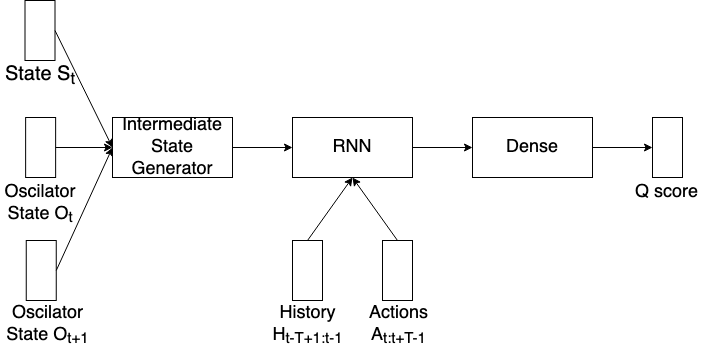
The draw.io diagram images/critic_overall.png in shandilya1998/CPGController, before a commit. Source tidied: cells renumbered, new cells last; positions are measured from the earlier drawing's top-left corner, leaving out a move shared by most shapes. The source it was exported from:
```xml
<mxGraphModel>
  <root>
    <mxCell id="0" />
    <mxCell id="1" parent="0" />
    <mxCell id="2" value="&lt;font style=&quot;font-size: 18px&quot;&gt;Oscilator &lt;font style=&quot;font-size: 18px&quot;&gt;State O&lt;sub&gt;t&lt;/sub&gt;&lt;br&gt;&lt;/font&gt;&lt;/font&gt;" style="text;html=1;strokeColor=none;fillColor=none;align=center;verticalAlign=middle;whiteSpace=wrap;rounded=0;" parent="1" vertex="1">
      <mxGeometry x="0.1" y="177" width="80" height="53" as="geometry" />
    </mxCell>
    <mxCell id="3" style="rounded=0;whiteSpace=wrap;html=1;" parent="1" vertex="1">
      <mxGeometry x="25.1" y="117" width="30" height="60" as="geometry" />
    </mxCell>
    <mxCell id="4" value="&lt;font style=&quot;font-size: 18px&quot;&gt;Oscilator &lt;font style=&quot;font-size: 18px&quot;&gt;State O&lt;sub&gt;t+1&lt;/sub&gt;&lt;br&gt;&lt;/font&gt;&lt;/font&gt;" style="text;html=1;strokeColor=none;fillColor=none;align=center;verticalAlign=middle;whiteSpace=wrap;rounded=0;" parent="1" vertex="1">
      <mxGeometry x="0.8" y="300" width="92.5" height="50" as="geometry" />
    </mxCell>
    <mxCell id="5" style="rounded=0;whiteSpace=wrap;html=1;" parent="1" vertex="1">
      <mxGeometry x="25.8" y="240" width="30" height="60" as="geometry" />
    </mxCell>
    <mxCell id="6" style="rounded=0;whiteSpace=wrap;html=1;" parent="1" vertex="1">
      <mxGeometry x="24.5" width="30" height="60" as="geometry" />
    </mxCell>
    <mxCell id="7" value="&lt;font style=&quot;font-size: 20px&quot;&gt;State&lt;/font&gt;&lt;font style=&quot;font-size: 20px&quot;&gt; S&lt;sub&gt;t&lt;/sub&gt;&lt;br&gt;&lt;/font&gt;" style="text;html=1;strokeColor=none;fillColor=none;align=center;verticalAlign=middle;whiteSpace=wrap;rounded=0;" parent="1" vertex="1">
      <mxGeometry x="0.8" y="60" width="77.5" height="30" as="geometry" />
    </mxCell>
    <mxCell id="8" style="edgeStyle=orthogonalEdgeStyle;rounded=0;jettySize=auto;html=1;strokeWidth=1;" parent="1" edge="1" source="9" target="14">
      <mxGeometry relative="1" as="geometry" />
    </mxCell>
    <mxCell id="9" value="&lt;font style=&quot;font-size: 18px&quot;&gt;Intermediate State Generator&lt;br&gt;&lt;/font&gt;" style="rounded=0;whiteSpace=wrap;html=1;" parent="1" vertex="1">
      <mxGeometry x="112" y="117" width="120" height="60" as="geometry" />
    </mxCell>
    <mxCell id="10" style="endArrow=classic;html=1;strokeWidth=1;exitX=1;exitY=0.5;exitDx=0;exitDy=0;entryX=0;entryY=0.5;entryDx=0;entryDy=0;" parent="1" edge="1" source="6" target="9">
      <mxGeometry relative="1" as="geometry" />
    </mxCell>
    <mxCell id="11" style="endArrow=classic;html=1;strokeWidth=1;exitX=1;exitY=0.5;exitDx=0;exitDy=0;entryX=0;entryY=0.5;entryDx=0;entryDy=0;" parent="1" edge="1" source="3" target="9">
      <mxGeometry relative="1" as="geometry" />
    </mxCell>
    <mxCell id="12" style="endArrow=classic;html=1;strokeWidth=1;exitX=1;exitY=0.5;exitDx=0;exitDy=0;entryX=0;entryY=0.5;entryDx=0;entryDy=0;" parent="1" edge="1" source="5" target="9">
      <mxGeometry relative="1" as="geometry" />
    </mxCell>
    <mxCell id="13" style="edgeStyle=orthogonalEdgeStyle;rounded=0;jettySize=auto;html=1;strokeWidth=1;" parent="1" edge="1" source="14">
      <mxGeometry relative="1" as="geometry">
        <mxPoint x="472" y="147" as="targetPoint" />
      </mxGeometry>
    </mxCell>
    <mxCell id="14" value="&lt;font style=&quot;font-size: 18px&quot;&gt;RNN&lt;/font&gt;" style="rounded=0;whiteSpace=wrap;html=1;" parent="1" vertex="1">
      <mxGeometry x="292" y="117" width="120" height="60" as="geometry" />
    </mxCell>
    <mxCell id="15" style="rounded=0;whiteSpace=wrap;html=1;" parent="1" vertex="1">
      <mxGeometry x="292" y="240" width="30" height="60" as="geometry" />
    </mxCell>
    <mxCell id="16" style="rounded=0;whiteSpace=wrap;html=1;" parent="1" vertex="1">
      <mxGeometry x="382" y="240" width="30" height="60" as="geometry" />
    </mxCell>
    <mxCell id="17" value="&lt;font style=&quot;font-size: 18px&quot;&gt;Action&lt;/font&gt;&lt;font style=&quot;font-size: 18px&quot;&gt;s A&lt;/font&gt;&lt;font style=&quot;font-size: 18px&quot;&gt;&lt;sub&gt;t:t+T-1&lt;/sub&gt;&lt;/font&gt;" style="text;html=1;strokeColor=none;fillColor=none;align=center;verticalAlign=middle;whiteSpace=wrap;rounded=0;" parent="1" vertex="1">
      <mxGeometry x="360.1" y="300" width="76.9" height="50" as="geometry" />
    </mxCell>
    <mxCell id="18" value="&lt;font style=&quot;font-size: 18px&quot;&gt;History&lt;font style=&quot;font-size: 18px&quot;&gt; H&lt;/font&gt;&lt;font style=&quot;font-size: 18px&quot;&gt;&lt;sub&gt;t-T+1:t-1&lt;/sub&gt;&lt;/font&gt;&lt;/font&gt;" style="text;html=1;strokeColor=none;fillColor=none;align=center;verticalAlign=middle;whiteSpace=wrap;rounded=0;" parent="1" vertex="1">
      <mxGeometry x="268.6" y="300" width="76.9" height="50" as="geometry" />
    </mxCell>
    <mxCell id="19" style="endArrow=classic;html=1;strokeWidth=1;exitX=0.5;exitY=0;exitDx=0;exitDy=0;entryX=0.5;entryY=1;entryDx=0;entryDy=0;" parent="1" edge="1" source="15" target="14">
      <mxGeometry relative="1" as="geometry" />
    </mxCell>
    <mxCell id="20" style="endArrow=classic;html=1;strokeWidth=1;exitX=0.5;exitY=0;exitDx=0;exitDy=0;entryX=0.5;entryY=1;entryDx=0;entryDy=0;" parent="1" edge="1" source="16" target="14">
      <mxGeometry relative="1" as="geometry" />
    </mxCell>
    <mxCell id="21" style="edgeStyle=orthogonalEdgeStyle;rounded=0;jettySize=auto;html=1;strokeWidth=1;" parent="1" edge="1" source="22" target="23">
      <mxGeometry relative="1" as="geometry" />
    </mxCell>
    <mxCell id="22" value="&lt;font style=&quot;font-size: 18px&quot;&gt;Dense&lt;/font&gt;" style="whiteSpace=wrap;html=1;rounded=0;" parent="1" vertex="1">
      <mxGeometry x="472" y="117" width="120" height="60" as="geometry" />
    </mxCell>
    <mxCell id="23" style="rounded=0;whiteSpace=wrap;html=1;" parent="1" vertex="1">
      <mxGeometry x="652" y="117" width="30" height="60" as="geometry" />
    </mxCell>
    <mxCell id="24" value="&lt;font style=&quot;font-size: 18px&quot;&gt;Q score&lt;br&gt;&lt;/font&gt;" style="text;html=1;strokeColor=none;fillColor=none;align=center;verticalAlign=middle;whiteSpace=wrap;rounded=0;" parent="1" vertex="1">
      <mxGeometry x="631.4" y="177" width="71.2" height="30" as="geometry" />
    </mxCell>
  </root>
</mxGraphModel>
```
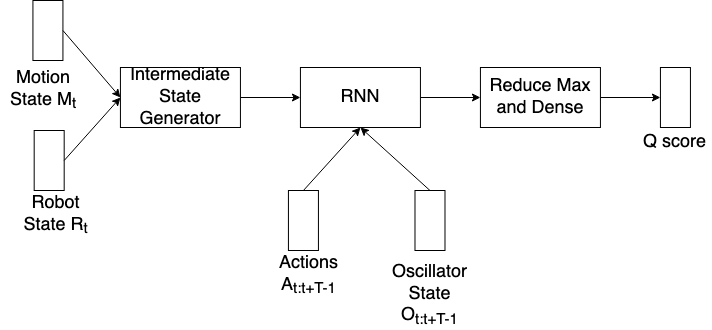
Above is the later version.

Change to the diagram source:
```diff
@@ -2,76 +2,67 @@
   <root>
     <mxCell id="0" />
     <mxCell id="1" parent="0" />
-    <mxCell id="2" value="&lt;font style=&quot;font-size: 18px&quot;&gt;Oscilator &lt;font style=&quot;font-size: 18px&quot;&gt;State O&lt;sub&gt;t&lt;/sub&gt;&lt;br&gt;&lt;/font&gt;&lt;/font&gt;" style="text;html=1;strokeColor=none;fillColor=none;align=center;verticalAlign=middle;whiteSpace=wrap;rounded=0;" parent="1" vertex="1">
-      <mxGeometry x="0.1" y="177" width="80" height="53" as="geometry" />
+    <mxCell id="2" value="&lt;font style=&quot;font-size: 18px&quot;&gt;Robot State R&lt;sub&gt;t&lt;/sub&gt;&lt;br&gt;&lt;/font&gt;" style="text;html=1;strokeColor=none;fillColor=none;align=center;verticalAlign=middle;whiteSpace=wrap;rounded=0;" parent="1" vertex="1">
+      <mxGeometry x="-163.3" y="310" width="92.5" height="50" as="geometry" />
     </mxCell>
     <mxCell id="3" style="rounded=0;whiteSpace=wrap;html=1;" parent="1" vertex="1">
-      <mxGeometry x="25.1" y="117" width="30" height="60" as="geometry" />
+      <mxGeometry x="-138.3" y="250" width="30" height="60" as="geometry" />
     </mxCell>
-    <mxCell id="4" value="&lt;font style=&quot;font-size: 18px&quot;&gt;Oscilator &lt;font style=&quot;font-size: 18px&quot;&gt;State O&lt;sub&gt;t+1&lt;/sub&gt;&lt;br&gt;&lt;/font&gt;&lt;/font&gt;" style="text;html=1;strokeColor=none;fillColor=none;align=center;verticalAlign=middle;whiteSpace=wrap;rounded=0;" parent="1" vertex="1">
-      <mxGeometry x="0.8" y="300" width="92.5" height="50" as="geometry" />
+    <mxCell id="4" style="rounded=0;whiteSpace=wrap;html=1;" parent="1" vertex="1">
+      <mxGeometry x="-139.6" y="120" width="30" height="60" as="geometry" />
     </mxCell>
-    <mxCell id="5" style="rounded=0;whiteSpace=wrap;html=1;" parent="1" vertex="1">
-      <mxGeometry x="25.8" y="240" width="30" height="60" as="geometry" />
+    <mxCell id="5" value="&lt;font style=&quot;font-size: 18px&quot;&gt;Motion State M&lt;sub&gt;t&lt;/sub&gt;&lt;br&gt;&lt;/font&gt;" style="text;html=1;strokeColor=none;fillColor=none;align=center;verticalAlign=middle;whiteSpace=wrap;rounded=0;" parent="1" vertex="1">
+      <mxGeometry x="-172.1" y="180" width="86.2" height="60" as="geometry" />
     </mxCell>
-    <mxCell id="6" style="rounded=0;whiteSpace=wrap;html=1;" parent="1" vertex="1">
-      <mxGeometry x="24.5" width="30" height="60" as="geometry" />
+    <mxCell id="6" style="edgeStyle=orthogonalEdgeStyle;rounded=0;jettySize=auto;html=1;strokeWidth=1;" parent="1" edge="1" source="7" target="11">
+      <mxGeometry relative="1" as="geometry" />
     </mxCell>
-    <mxCell id="7" value="&lt;font style=&quot;font-size: 20px&quot;&gt;State&lt;/font&gt;&lt;font style=&quot;font-size: 20px&quot;&gt; S&lt;sub&gt;t&lt;/sub&gt;&lt;br&gt;&lt;/font&gt;" style="text;html=1;strokeColor=none;fillColor=none;align=center;verticalAlign=middle;whiteSpace=wrap;rounded=0;" parent="1" vertex="1">
-      <mxGeometry x="0.8" y="60" width="77.5" height="30" as="geometry" />
+    <mxCell id="7" value="&lt;font style=&quot;font-size: 18px&quot;&gt;Intermediate State Generator&lt;br&gt;&lt;/font&gt;" style="rounded=0;whiteSpace=wrap;html=1;" parent="1" vertex="1">
+      <mxGeometry x="-52.1" y="187" width="120" height="60" as="geometry" />
     </mxCell>
-    <mxCell id="8" style="edgeStyle=orthogonalEdgeStyle;rounded=0;jettySize=auto;html=1;strokeWidth=1;" parent="1" edge="1" source="9" target="14">
+    <mxCell id="8" style="endArrow=classic;html=1;strokeWidth=1;exitX=1;exitY=0.5;exitDx=0;exitDy=0;entryX=0;entryY=0.5;entryDx=0;entryDy=0;" parent="1" edge="1" source="4" target="7">
       <mxGeometry relative="1" as="geometry" />
     </mxCell>
-    <mxCell id="9" value="&lt;font style=&quot;font-size: 18px&quot;&gt;Intermediate State Generator&lt;br&gt;&lt;/font&gt;" style="rounded=0;whiteSpace=wrap;html=1;" parent="1" vertex="1">
-      <mxGeometry x="112" y="117" width="120" height="60" as="geometry" />
+    <mxCell id="9" style="endArrow=classic;html=1;strokeWidth=1;exitX=1;exitY=0.5;exitDx=0;exitDy=0;entryX=0;entryY=0.5;entryDx=0;entryDy=0;" parent="1" edge="1" source="3" target="7">
+      <mxGeometry relative="1" as="geometry" />
     </mxCell>
-    <mxCell id="10" style="endArrow=classic;html=1;strokeWidth=1;exitX=1;exitY=0.5;exitDx=0;exitDy=0;entryX=0;entryY=0.5;entryDx=0;entryDy=0;" parent="1" edge="1" source="6" target="9">
-      <mxGeometry relative="1" as="geometry" />
+    <mxCell id="10" style="edgeStyle=orthogonalEdgeStyle;rounded=0;jettySize=auto;html=1;strokeWidth=1;" parent="1" edge="1" source="11">
+      <mxGeometry relative="1" as="geometry">
+        <mxPoint x="307.9" y="217" as="targetPoint" />
+      </mxGeometry>
     </mxCell>
-    <mxCell id="11" style="endArrow=classic;html=1;strokeWidth=1;exitX=1;exitY=0.5;exitDx=0;exitDy=0;entryX=0;entryY=0.5;entryDx=0;entryDy=0;" parent="1" edge="1" source="3" target="9">
-      <mxGeometry relative="1" as="geometry" />
+    <mxCell id="11" value="&lt;font style=&quot;font-size: 18px&quot;&gt;RNN&lt;/font&gt;" style="rounded=0;whiteSpace=wrap;html=1;" parent="1" vertex="1">
+      <mxGeometry x="127.9" y="187" width="120" height="60" as="geometry" />
     </mxCell>
-    <mxCell id="12" style="endArrow=classic;html=1;strokeWidth=1;exitX=1;exitY=0.5;exitDx=0;exitDy=0;entryX=0;entryY=0.5;entryDx=0;entryDy=0;" parent="1" edge="1" source="5" target="9">
-      <mxGeometry relative="1" as="geometry" />
+    <mxCell id="12" style="rounded=0;whiteSpace=wrap;html=1;" parent="1" vertex="1">
+      <mxGeometry x="115.9" y="310" width="30" height="60" as="geometry" />
     </mxCell>
-    <mxCell id="13" style="edgeStyle=orthogonalEdgeStyle;rounded=0;jettySize=auto;html=1;strokeWidth=1;" parent="1" edge="1" source="14">
-      <mxGeometry relative="1" as="geometry">
-        <mxPoint x="472" y="147" as="targetPoint" />
-      </mxGeometry>
+    <mxCell id="13" value="&lt;font style=&quot;font-size: 18px&quot;&gt;Action&lt;/font&gt;&lt;font style=&quot;font-size: 18px&quot;&gt;s A&lt;/font&gt;&lt;font style=&quot;font-size: 18px&quot;&gt;&lt;sub&gt;t:t+T-1&lt;/sub&gt;&lt;/font&gt;" style="text;html=1;strokeColor=none;fillColor=none;align=center;verticalAlign=middle;whiteSpace=wrap;rounded=0;" parent="1" vertex="1">
+      <mxGeometry x="97.9" y="370" width="76.9" height="50" as="geometry" />
     </mxCell>
-    <mxCell id="14" value="&lt;font style=&quot;font-size: 18px&quot;&gt;RNN&lt;/font&gt;" style="rounded=0;whiteSpace=wrap;html=1;" parent="1" vertex="1">
-      <mxGeometry x="292" y="117" width="120" height="60" as="geometry" />
+    <mxCell id="14" style="endArrow=classic;html=1;strokeWidth=1;exitX=0.5;exitY=0;exitDx=0;exitDy=0;entryX=0.5;entryY=1;entryDx=0;entryDy=0;" parent="1" edge="1" source="12" target="11">
+      <mxGeometry relative="1" as="geometry" />
     </mxCell>
-    <mxCell id="15" style="rounded=0;whiteSpace=wrap;html=1;" parent="1" vertex="1">
-      <mxGeometry x="292" y="240" width="30" height="60" as="geometry" />
+    <mxCell id="15" style="edgeStyle=orthogonalEdgeStyle;rounded=0;jettySize=auto;html=1;strokeWidth=1;" parent="1" edge="1" source="16" target="17">
+      <mxGeometry relative="1" as="geometry" />
     </mxCell>
-    <mxCell id="16" style="rounded=0;whiteSpace=wrap;html=1;" parent="1" vertex="1">
-      <mxGeometry x="382" y="240" width="30" height="60" as="geometry" />
+    <mxCell id="16" value="&lt;font style=&quot;font-size: 18px&quot;&gt;Reduce Max and &lt;font style=&quot;font-size: 18px&quot;&gt;Dense&lt;/font&gt;&lt;/font&gt;" style="whiteSpace=wrap;html=1;rounded=0;" parent="1" vertex="1">
+      <mxGeometry x="307.9" y="187" width="120" height="60" as="geometry" />
     </mxCell>
-    <mxCell id="17" value="&lt;font style=&quot;font-size: 18px&quot;&gt;Action&lt;/font&gt;&lt;font style=&quot;font-size: 18px&quot;&gt;s A&lt;/font&gt;&lt;font style=&quot;font-size: 18px&quot;&gt;&lt;sub&gt;t:t+T-1&lt;/sub&gt;&lt;/font&gt;" style="text;html=1;strokeColor=none;fillColor=none;align=center;verticalAlign=middle;whiteSpace=wrap;rounded=0;" parent="1" vertex="1">
-      <mxGeometry x="360.1" y="300" width="76.9" height="50" as="geometry" />
+    <mxCell id="17" style="rounded=0;whiteSpace=wrap;html=1;" parent="1" vertex="1">
+      <mxGeometry x="487.9" y="187" width="30" height="60" as="geometry" />
     </mxCell>
-    <mxCell id="18" value="&lt;font style=&quot;font-size: 18px&quot;&gt;History&lt;font style=&quot;font-size: 18px&quot;&gt; H&lt;/font&gt;&lt;font style=&quot;font-size: 18px&quot;&gt;&lt;sub&gt;t-T+1:t-1&lt;/sub&gt;&lt;/font&gt;&lt;/font&gt;" style="text;html=1;strokeColor=none;fillColor=none;align=center;verticalAlign=middle;whiteSpace=wrap;rounded=0;" parent="1" vertex="1">
-      <mxGeometry x="268.6" y="300" width="76.9" height="50" as="geometry" />
+    <mxCell id="18" value="&lt;font style=&quot;font-size: 18px&quot;&gt;Q score&lt;br&gt;&lt;/font&gt;" style="text;html=1;strokeColor=none;fillColor=none;align=center;verticalAlign=middle;whiteSpace=wrap;rounded=0;" parent="1" vertex="1">
+      <mxGeometry x="467.3" y="247" width="71.2" height="30" as="geometry" />
     </mxCell>
-    <mxCell id="19" style="endArrow=classic;html=1;strokeWidth=1;exitX=0.5;exitY=0;exitDx=0;exitDy=0;entryX=0.5;entryY=1;entryDx=0;entryDy=0;" parent="1" edge="1" source="15" target="14">
-      <mxGeometry relative="1" as="geometry" />
+    <mxCell id="19" style="rounded=0;whiteSpace=wrap;html=1;" parent="1" vertex="1">
+      <mxGeometry x="242.5" y="310" width="30" height="60" as="geometry" />
     </mxCell>
-    <mxCell id="20" style="endArrow=classic;html=1;strokeWidth=1;exitX=0.5;exitY=0;exitDx=0;exitDy=0;entryX=0.5;entryY=1;entryDx=0;entryDy=0;" parent="1" edge="1" source="16" target="14">
-      <mxGeometry relative="1" as="geometry" />
+    <mxCell id="20" value="&lt;font style=&quot;font-size: 18px&quot;&gt;Oscillator State&lt;font style=&quot;font-size: 18px&quot;&gt; O&lt;/font&gt;&lt;font style=&quot;font-size: 18px&quot;&gt;&lt;sub&gt;t:t+T-1&lt;/sub&gt;&lt;/font&gt;&lt;/font&gt;" style="text;html=1;strokeColor=none;fillColor=none;align=center;verticalAlign=middle;whiteSpace=wrap;rounded=0;" parent="1" vertex="1">
+      <mxGeometry x="219" y="390" width="76.9" height="50" as="geometry" />
     </mxCell>
-    <mxCell id="21" style="edgeStyle=orthogonalEdgeStyle;rounded=0;jettySize=auto;html=1;strokeWidth=1;" parent="1" edge="1" source="22" target="23">
+    <mxCell id="21" style="endArrow=classic;html=1;exitX=0.5;exitY=0;exitDx=0;exitDy=0;entryX=0.5;entryY=1;entryDx=0;entryDy=0;" parent="1" edge="1" source="19" target="11">
       <mxGeometry relative="1" as="geometry" />
     </mxCell>
-    <mxCell id="22" value="&lt;font style=&quot;font-size: 18px&quot;&gt;Dense&lt;/font&gt;" style="whiteSpace=wrap;html=1;rounded=0;" parent="1" vertex="1">
-      <mxGeometry x="472" y="117" width="120" height="60" as="geometry" />
-    </mxCell>
-    <mxCell id="23" style="rounded=0;whiteSpace=wrap;html=1;" parent="1" vertex="1">
-      <mxGeometry x="652" y="117" width="30" height="60" as="geometry" />
-    </mxCell>
-    <mxCell id="24" value="&lt;font style=&quot;font-size: 18px&quot;&gt;Q score&lt;br&gt;&lt;/font&gt;" style="text;html=1;strokeColor=none;fillColor=none;align=center;verticalAlign=middle;whiteSpace=wrap;rounded=0;" parent="1" vertex="1">
-      <mxGeometry x="631.4" y="177" width="71.2" height="30" as="geometry" />
-    </mxCell>
   </root>
 </mxGraphModel>
```
